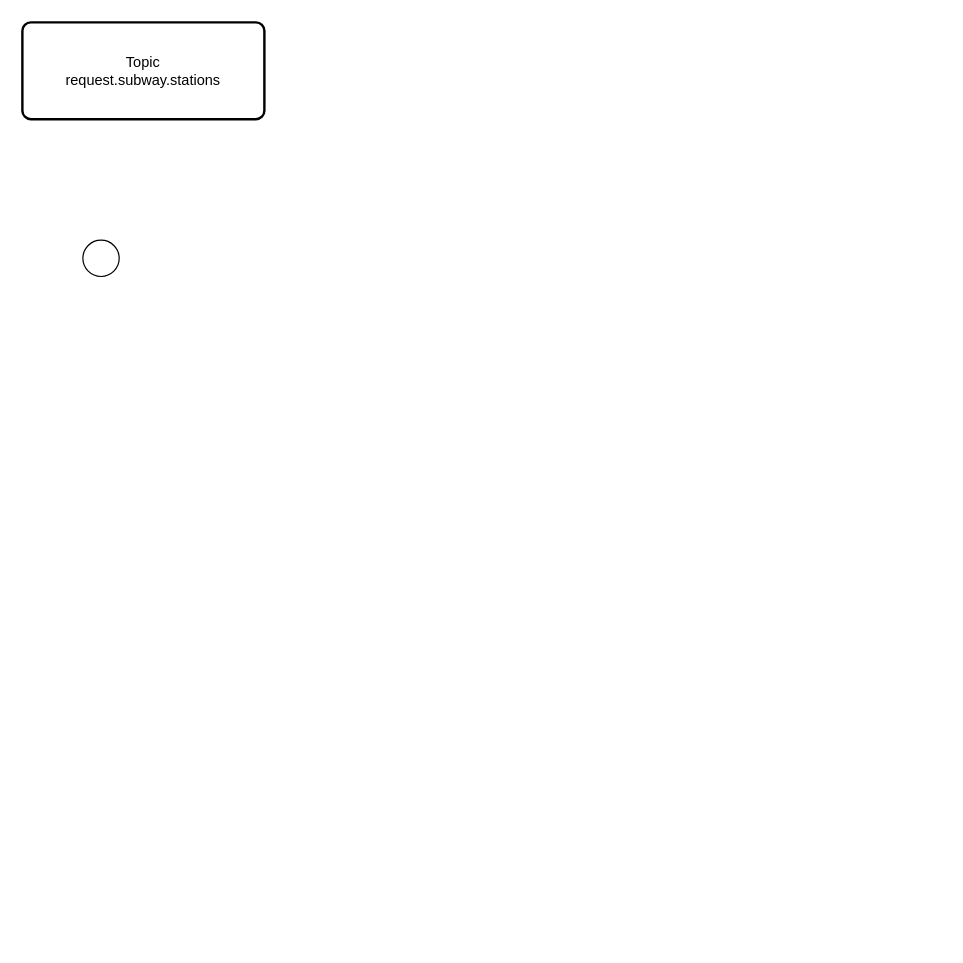
Before: subway/subwayTopology.drawio in p-bear/charts.draw.io, a draw.io diagram. Source tidied: cells renumbered, new cells numbered last; positions are measured from the earlier drawing's top-left corner, leaving out a move shared by most shapes. Both pictures are drawn from the tidied source at 121%, with x=0, y=0 at pixel (22, 22).
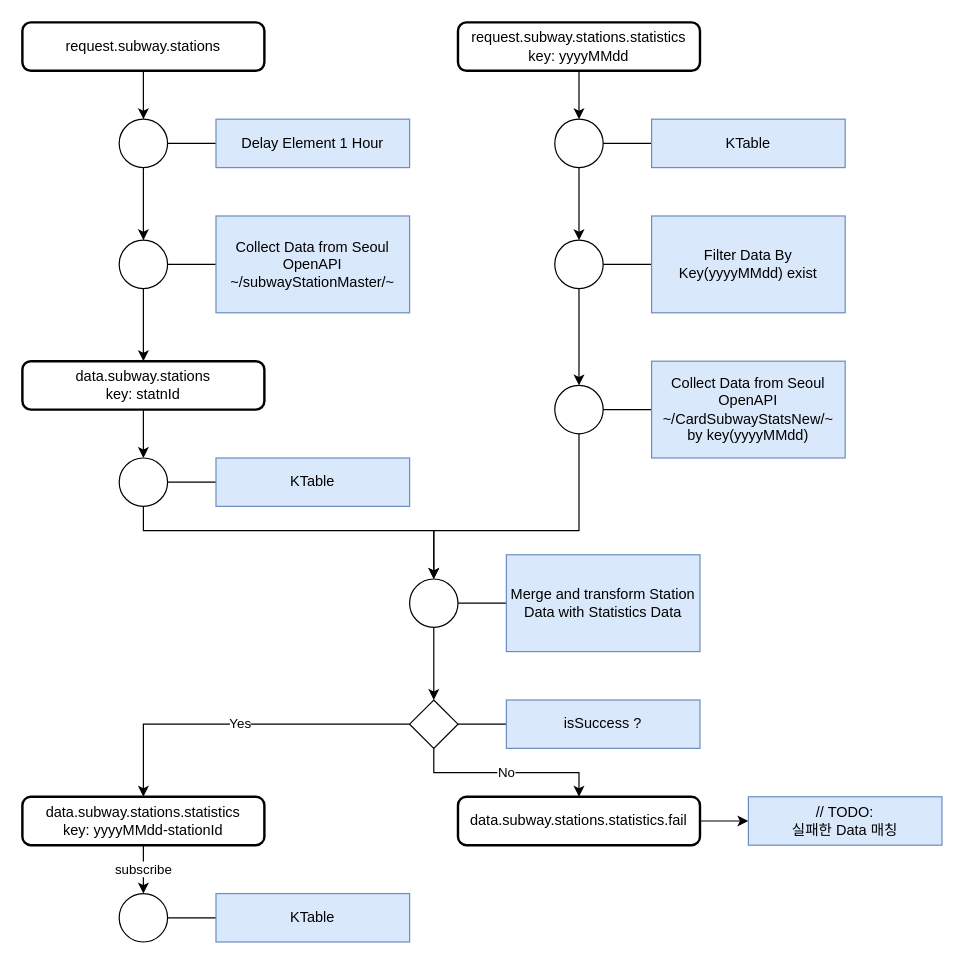
Above is the later version.

Diff of the diagram source:
```diff
@@
+    <mxCell id="4" style="edgeStyle=orthogonalEdgeStyle;rounded=0;jettySize=auto;html=1;entryX=0.5;entryY=0;entryDx=0;entryDy=0;" parent="1" edge="1" source="2" target="3">
+      <mxGeometry relative="1" as="geometry" />
+    </mxCell>
-    <mxCell id="2" value="&lt;div&gt;Topic&lt;/div&gt;&lt;div&gt;request.subway.stations&lt;/div&gt;" style="rounded=1;whiteSpace=wrap;html=1;absoluteArcSize=1;arcSize=14;strokeWidth=2;" parent="1" vertex="1">
-      <mxGeometry width="200" height="80" as="geometry" />
+    <mxCell id="2" value="&lt;div&gt;&lt;span style=&quot;background-color: initial;&quot;&gt;request.subway.stations&lt;/span&gt;&lt;br&gt;&lt;/div&gt;" style="rounded=1;whiteSpace=wrap;html=1;absoluteArcSize=1;arcSize=14;strokeWidth=2;" parent="1" vertex="1">
+      <mxGeometry width="200" height="40" as="geometry" />
     </mxCell>
+    <mxCell id="5" style="group;" parent="1" vertex="1">
+      <mxGeometry x="80" y="160" width="240" height="80" as="geometry" />
+    </mxCell>
+    <mxCell id="6" style="shape=ellipse;html=1;dashed=0;whiteSpace=wrap;perimeter=ellipsePerimeter;" parent="5" vertex="1">
+      <mxGeometry y="20" width="40" height="40" as="geometry" />
+    </mxCell>
+    <mxCell id="7" style="edgeStyle=orthogonalEdgeStyle;rounded=0;jettySize=auto;html=1;exitX=0;exitY=0.5;exitDx=0;exitDy=0;entryX=1;entryY=0.5;entryDx=0;entryDy=0;endArrow=none;endFill=0;" parent="5" edge="1" source="8" target="6">
+      <mxGeometry relative="1" as="geometry" />
+    </mxCell>
+    <mxCell id="8" value="Collect Data from Seoul OpenAPI&lt;div&gt;~/subwayStationMaster/~&lt;br&gt;&lt;/div&gt;" style="text;html=1;align=center;verticalAlign=middle;whiteSpace=wrap;rounded=0;fillColor=#dae8fc;strokeColor=#6c8ebf;" parent="5" vertex="1">
+      <mxGeometry x="80" width="160" height="80" as="geometry" />
+    </mxCell>
+    <mxCell id="9" style="edgeStyle=orthogonalEdgeStyle;rounded=0;jettySize=auto;html=1;entryX=0.5;entryY=0;entryDx=0;entryDy=0;" parent="1" edge="1" source="3" target="6">
+      <mxGeometry relative="1" as="geometry" />
+    </mxCell>
+    <mxCell id="10" style="edgeStyle=orthogonalEdgeStyle;rounded=0;jettySize=auto;html=1;entryX=0.5;entryY=0;entryDx=0;entryDy=0;" parent="1" edge="1" source="11" target="30">
+      <mxGeometry relative="1" as="geometry" />
+    </mxCell>
+    <mxCell id="11" value="&lt;div&gt;&lt;span style=&quot;background-color: initial;&quot;&gt;data.subway.stations&lt;/span&gt;&lt;br&gt;&lt;/div&gt;&lt;div&gt;&lt;span style=&quot;background-color: initial;&quot;&gt;key: statnId&lt;/span&gt;&lt;/div&gt;" style="rounded=1;whiteSpace=wrap;html=1;absoluteArcSize=1;arcSize=14;strokeWidth=2;" parent="1" vertex="1">
+      <mxGeometry y="280" width="200" height="40" as="geometry" />
+    </mxCell>
+    <mxCell id="12" style="edgeStyle=orthogonalEdgeStyle;rounded=0;jettySize=auto;html=1;entryX=0.5;entryY=0;entryDx=0;entryDy=0;" parent="1" edge="1" source="6" target="11">
+      <mxGeometry relative="1" as="geometry" />
+    </mxCell>
+    <mxCell id="13" style="edgeStyle=orthogonalEdgeStyle;rounded=0;jettySize=auto;html=1;entryX=0.5;entryY=0;entryDx=0;entryDy=0;" parent="1" edge="1" source="14" target="22">
+      <mxGeometry relative="1" as="geometry" />
+    </mxCell>
+    <mxCell id="14" value="&lt;div&gt;&lt;span style=&quot;background-color: initial;&quot;&gt;request.subway.stations.statistics&lt;/span&gt;&lt;br&gt;&lt;/div&gt;&lt;div&gt;&lt;span style=&quot;background-color: initial;&quot;&gt;key: yyyyMMdd&lt;/span&gt;&lt;/div&gt;" style="rounded=1;whiteSpace=wrap;html=1;absoluteArcSize=1;arcSize=14;strokeWidth=2;" parent="1" vertex="1">
+      <mxGeometry x="360" width="200" height="40" as="geometry" />
+    </mxCell>
+    <mxCell id="15" style="group;" parent="1" vertex="1">
+      <mxGeometry x="440" y="280" width="240" height="80" as="geometry" />
+    </mxCell>
+    <mxCell id="16" style="shape=ellipse;html=1;dashed=0;whiteSpace=wrap;perimeter=ellipsePerimeter;" parent="15" vertex="1">
+      <mxGeometry y="20" width="40" height="40" as="geometry" />
+    </mxCell>
+    <mxCell id="17" style="edgeStyle=orthogonalEdgeStyle;rounded=0;jettySize=auto;html=1;exitX=0;exitY=0.5;exitDx=0;exitDy=0;entryX=1;entryY=0.5;entryDx=0;entryDy=0;endArrow=none;endFill=0;" parent="15" edge="1" source="18" target="16">
+      <mxGeometry relative="1" as="geometry" />
+    </mxCell>
+    <mxCell id="18" value="Collect Data from Seoul OpenAPI&lt;div&gt;~/CardSubwayStatsNew/~&lt;br&gt;&lt;/div&gt;&lt;div&gt;by key(yyyyMMdd)&lt;/div&gt;" style="text;html=1;align=center;verticalAlign=middle;whiteSpace=wrap;rounded=0;fillColor=#dae8fc;strokeColor=#6c8ebf;" parent="15" vertex="1">
+      <mxGeometry x="80" width="160" height="80" as="geometry" />
+    </mxCell>
+    <mxCell id="19" style="edgeStyle=orthogonalEdgeStyle;rounded=0;jettySize=auto;html=1;entryX=0.5;entryY=0;entryDx=0;entryDy=0;" parent="1" edge="1" source="22" target="26">
+      <mxGeometry relative="1" as="geometry" />
+    </mxCell>
+    <mxCell id="20" style="edgeStyle=orthogonalEdgeStyle;rounded=0;jettySize=auto;html=1;entryX=0.5;entryY=0;entryDx=0;entryDy=0;" parent="1" edge="1" source="26" target="16">
+      <mxGeometry relative="1" as="geometry" />
+    </mxCell>
+    <mxCell id="21" style="group;" parent="1" vertex="1">
+      <mxGeometry x="440" y="80" width="240" height="40" as="geometry" />
+    </mxCell>
+    <mxCell id="22" style="shape=ellipse;html=1;dashed=0;whiteSpace=wrap;perimeter=ellipsePerimeter;" parent="21" vertex="1">
+      <mxGeometry width="40" height="40" as="geometry" />
+    </mxCell>
+    <mxCell id="23" style="edgeStyle=orthogonalEdgeStyle;rounded=0;jettySize=auto;html=1;exitX=0;exitY=0.5;exitDx=0;exitDy=0;entryX=1;entryY=0.5;entryDx=0;entryDy=0;endArrow=none;endFill=0;" parent="21" edge="1" source="24" target="22">
+      <mxGeometry relative="1" as="geometry" />
+    </mxCell>
+    <mxCell id="24" value="KTable" style="text;html=1;align=center;verticalAlign=middle;whiteSpace=wrap;rounded=0;fillColor=#dae8fc;strokeColor=#6c8ebf;" parent="21" vertex="1">
+      <mxGeometry x="80" width="160" height="40" as="geometry" />
+    </mxCell>
+    <mxCell id="25" style="group;" parent="1" vertex="1">
+      <mxGeometry x="440" y="160" width="240" height="80" as="geometry" />
+    </mxCell>
+    <mxCell id="26" style="shape=ellipse;html=1;dashed=0;whiteSpace=wrap;perimeter=ellipsePerimeter;" parent="25" vertex="1">
+      <mxGeometry y="20" width="40" height="40" as="geometry" />
+    </mxCell>
+    <mxCell id="27" style="edgeStyle=orthogonalEdgeStyle;rounded=0;jettySize=auto;html=1;exitX=0;exitY=0.5;exitDx=0;exitDy=0;entryX=1;entryY=0.5;entryDx=0;entryDy=0;endArrow=none;endFill=0;" parent="25" edge="1" source="28" target="26">
+      <mxGeometry relative="1" as="geometry" />
+    </mxCell>
+    <mxCell id="28" value="Filter Data By Key(yyyyMMdd) exist" style="text;html=1;align=center;verticalAlign=middle;whiteSpace=wrap;rounded=0;fillColor=#dae8fc;strokeColor=#6c8ebf;" parent="25" vertex="1">
+      <mxGeometry x="80" width="160" height="80" as="geometry" />
+    </mxCell>
+    <mxCell id="29" style="group;" parent="1" vertex="1">
+      <mxGeometry x="80" y="360" width="240" height="40" as="geometry" />
+    </mxCell>
+    <mxCell id="30" style="shape=ellipse;html=1;dashed=0;whiteSpace=wrap;perimeter=ellipsePerimeter;" parent="29" vertex="1">
+      <mxGeometry width="40" height="40" as="geometry" />
+    </mxCell>
+    <mxCell id="31" style="edgeStyle=orthogonalEdgeStyle;rounded=0;jettySize=auto;html=1;exitX=0;exitY=0.5;exitDx=0;exitDy=0;entryX=1;entryY=0.5;entryDx=0;entryDy=0;endArrow=none;endFill=0;" parent="29" edge="1" source="32" target="30">
+      <mxGeometry relative="1" as="geometry" />
+    </mxCell>
+    <mxCell id="32" value="KTable" style="text;html=1;align=center;verticalAlign=middle;whiteSpace=wrap;rounded=0;fillColor=#dae8fc;strokeColor=#6c8ebf;" parent="29" vertex="1">
+      <mxGeometry x="80" width="160" height="40" as="geometry" />
+    </mxCell>
+    <mxCell id="33" style="group;" parent="1" vertex="1">
+      <mxGeometry x="320" y="440" width="240" height="80" as="geometry" />
+    </mxCell>
+    <mxCell id="34" style="shape=ellipse;html=1;dashed=0;whiteSpace=wrap;perimeter=ellipsePerimeter;" parent="33" vertex="1">
+      <mxGeometry y="20" width="40" height="40" as="geometry" />
+    </mxCell>
+    <mxCell id="35" style="edgeStyle=orthogonalEdgeStyle;rounded=0;jettySize=auto;html=1;exitX=0;exitY=0.5;exitDx=0;exitDy=0;entryX=1;entryY=0.5;entryDx=0;entryDy=0;endArrow=none;endFill=0;" parent="33" edge="1" source="36" target="34">
+      <mxGeometry relative="1" as="geometry" />
+    </mxCell>
+    <mxCell id="36" value="Merge and transform Station Data with Statistics Data" style="text;html=1;align=center;verticalAlign=middle;whiteSpace=wrap;rounded=0;fillColor=#dae8fc;strokeColor=#6c8ebf;" parent="33" vertex="1">
+      <mxGeometry x="80" width="160" height="80" as="geometry" />
+    </mxCell>
+    <mxCell id="37" style="edgeStyle=orthogonalEdgeStyle;rounded=0;jettySize=auto;html=1;entryX=0.5;entryY=0;entryDx=0;entryDy=0;" parent="1" edge="1" source="30" target="34">
+      <mxGeometry relative="1" as="geometry">
+        <Array as="points">
+          <mxPoint x="100" y="420" />
+          <mxPoint x="340" y="420" />
+        </Array>
+      </mxGeometry>
+    </mxCell>
+    <mxCell id="38" style="edgeStyle=orthogonalEdgeStyle;rounded=0;jettySize=auto;html=1;entryX=0.5;entryY=0;entryDx=0;entryDy=0;" parent="1" edge="1" source="16" target="34">
+      <mxGeometry relative="1" as="geometry">
+        <Array as="points">
+          <mxPoint x="460" y="420" />
+          <mxPoint x="340" y="420" />
+        </Array>
+      </mxGeometry>
+    </mxCell>
+    <mxCell id="39" value="subscribe" style="edgeStyle=orthogonalEdgeStyle;rounded=0;jettySize=auto;html=1;entryX=0.5;entryY=0;entryDx=0;entryDy=0;" parent="1" edge="1" source="40" target="51">
+      <mxGeometry relative="1" as="geometry" />
+    </mxCell>
+    <mxCell id="40" value="&lt;div&gt;&lt;span style=&quot;background-color: initial;&quot;&gt;data.subway.stations.statistics&lt;/span&gt;&lt;br&gt;&lt;/div&gt;&lt;div&gt;&lt;span style=&quot;background-color: initial;&quot;&gt;key: yyyyMMdd-stationId&lt;/span&gt;&lt;/div&gt;" style="rounded=1;whiteSpace=wrap;html=1;absoluteArcSize=1;arcSize=14;strokeWidth=2;" parent="1" vertex="1">
+      <mxGeometry y="640" width="200" height="40" as="geometry" />
+    </mxCell>
+    <mxCell id="41" style="group;" parent="1" vertex="1">
+      <mxGeometry x="320" y="560" width="240" height="40" as="geometry" />
+    </mxCell>
+    <mxCell id="42" style="shape=rhombus;html=1;dashed=0;whiteSpace=wrap;perimeter=rhombusPerimeter;" parent="41" vertex="1">
+      <mxGeometry width="40" height="40" as="geometry" />
+    </mxCell>
+    <mxCell id="43" style="edgeStyle=orthogonalEdgeStyle;rounded=0;jettySize=auto;html=1;exitX=0;exitY=0.5;exitDx=0;exitDy=0;entryX=1;entryY=0.5;entryDx=0;entryDy=0;endArrow=none;endFill=0;" parent="41" edge="1" source="44">
+      <mxGeometry relative="1" as="geometry">
+        <mxPoint x="40" y="20" as="targetPoint" />
+      </mxGeometry>
+    </mxCell>
+    <mxCell id="44" value="isSuccess ?" style="text;html=1;align=center;verticalAlign=middle;whiteSpace=wrap;rounded=0;fillColor=#dae8fc;strokeColor=#6c8ebf;" parent="41" vertex="1">
+      <mxGeometry x="80" width="160" height="40" as="geometry" />
+    </mxCell>
+    <mxCell id="45" style="edgeStyle=orthogonalEdgeStyle;rounded=0;jettySize=auto;html=1;entryX=0;entryY=0.5;entryDx=0;entryDy=0;" parent="1" edge="1" source="46" target="49">
+      <mxGeometry relative="1" as="geometry" />
+    </mxCell>
+    <mxCell id="46" value="&lt;div&gt;&lt;span style=&quot;background-color: initial;&quot;&gt;data.subway.stations.statistics.fail&lt;/span&gt;&lt;br&gt;&lt;/div&gt;" style="rounded=1;whiteSpace=wrap;html=1;absoluteArcSize=1;arcSize=14;strokeWidth=2;" parent="1" vertex="1">
+      <mxGeometry x="360" y="640" width="200" height="40" as="geometry" />
+    </mxCell>
+    <mxCell id="47" value="Yes" style="edgeStyle=orthogonalEdgeStyle;rounded=0;jettySize=auto;html=1;entryX=0.5;entryY=0;entryDx=0;entryDy=0;" parent="1" edge="1" source="42" target="40">
+      <mxGeometry relative="1" as="geometry" />
+    </mxCell>
+    <mxCell id="48" value="No" style="edgeStyle=orthogonalEdgeStyle;rounded=0;jettySize=auto;html=1;entryX=0.5;entryY=0;entryDx=0;entryDy=0;" parent="1" edge="1" source="42" target="46">
+      <mxGeometry relative="1" as="geometry" />
+    </mxCell>
+    <mxCell id="49" value="// TODO:&lt;div&gt;실패한 Data 매칭&lt;/div&gt;" style="text;html=1;align=center;verticalAlign=middle;whiteSpace=wrap;rounded=0;fillColor=#dae8fc;strokeColor=#6c8ebf;" parent="1" vertex="1">
+      <mxGeometry x="600" y="640" width="160" height="40" as="geometry" />
+    </mxCell>
+    <mxCell id="50" style="group;" parent="1" vertex="1">
+      <mxGeometry x="80" y="720" width="240" height="40" as="geometry" />
+    </mxCell>
+    <mxCell id="51" style="shape=ellipse;html=1;dashed=0;whiteSpace=wrap;perimeter=ellipsePerimeter;" parent="50" vertex="1">
+      <mxGeometry width="40" height="40" as="geometry" />
+    </mxCell>
+    <mxCell id="52" style="edgeStyle=orthogonalEdgeStyle;rounded=0;jettySize=auto;html=1;exitX=0;exitY=0.5;exitDx=0;exitDy=0;entryX=1;entryY=0.5;entryDx=0;entryDy=0;endArrow=none;endFill=0;" parent="50" edge="1" source="53" target="51">
+      <mxGeometry relative="1" as="geometry" />
+    </mxCell>
+    <mxCell id="53" value="KTable" style="text;html=1;align=center;verticalAlign=middle;whiteSpace=wrap;rounded=0;fillColor=#dae8fc;strokeColor=#6c8ebf;" parent="50" vertex="1">
+      <mxGeometry x="80" width="160" height="40" as="geometry" />
+    </mxCell>
+    <mxCell id="54" style="group;" parent="1" vertex="1">
+      <mxGeometry x="80" y="80" width="240" height="40" as="geometry" />
+    </mxCell>
-    <mxCell id="3" style="shape=ellipse;html=1;dashed=0;whiteSpace=wrap;perimeter=ellipsePerimeter;" parent="1" vertex="1">
-      <mxGeometry x="50" y="180" width="30" height="30" as="geometry" />
+    <mxCell id="3" style="shape=ellipse;html=1;dashed=0;whiteSpace=wrap;perimeter=ellipsePerimeter;" parent="54" vertex="1">
+      <mxGeometry width="40" height="40" as="geometry" />
     </mxCell>
+    <mxCell id="55" style="edgeStyle=orthogonalEdgeStyle;rounded=0;jettySize=auto;html=1;exitX=0;exitY=0.5;exitDx=0;exitDy=0;entryX=1;entryY=0.5;entryDx=0;entryDy=0;endArrow=none;endFill=0;" parent="54" edge="1" source="56" target="3">
+      <mxGeometry relative="1" as="geometry" />
+    </mxCell>
+    <mxCell id="56" value="&lt;div&gt;Delay Element 1 Hour&lt;/div&gt;" style="text;html=1;align=center;verticalAlign=middle;whiteSpace=wrap;rounded=0;fillColor=#dae8fc;strokeColor=#6c8ebf;" parent="54" vertex="1">
+      <mxGeometry x="80" width="160" height="40" as="geometry" />
+    </mxCell>
+    <mxCell id="57" style="edgeStyle=orthogonalEdgeStyle;rounded=0;jettySize=auto;html=1;entryX=0.5;entryY=0;entryDx=0;entryDy=0;" parent="1" edge="1" source="34" target="42">
+      <mxGeometry relative="1" as="geometry" />
+    </mxCell>
```
